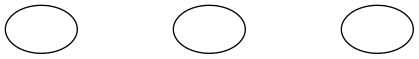
Above: graphs/circo/lossy_ob2.dot.png in Petrosz007/msc-thesis (Graphviz), before the change. Its source is kept beside it as graphs/circo/lossy_ob2.dot.
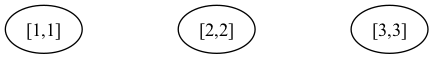
The same diagram one commit later.

The edit, as a diff of the source:
```diff
@@ -1,7 +1,7 @@
 graph G {
-  a [label=""]
-  b [label=""]
-  c [label=""]
+  a [label="[1,1]"]
+  b [label="[2,2]"]
+  c [label="[3,3]"]
 
   a -- b [style=invis]
   b -- c [style=invis]
```
